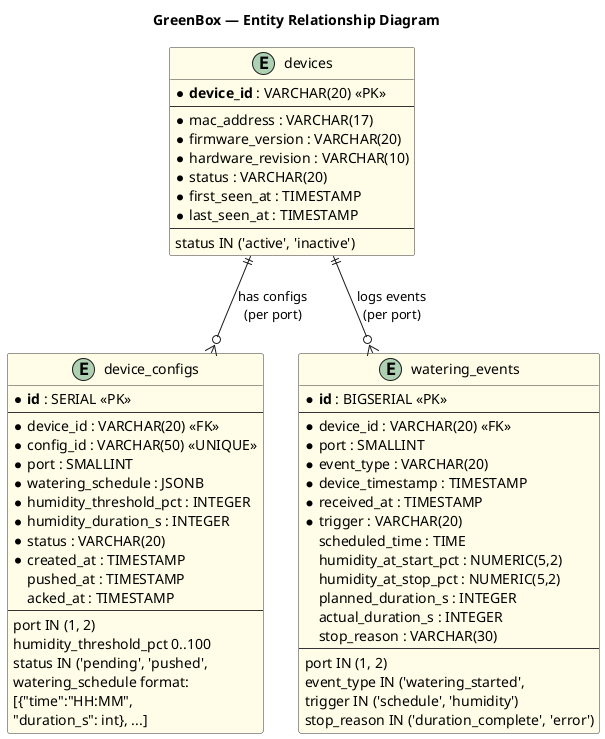
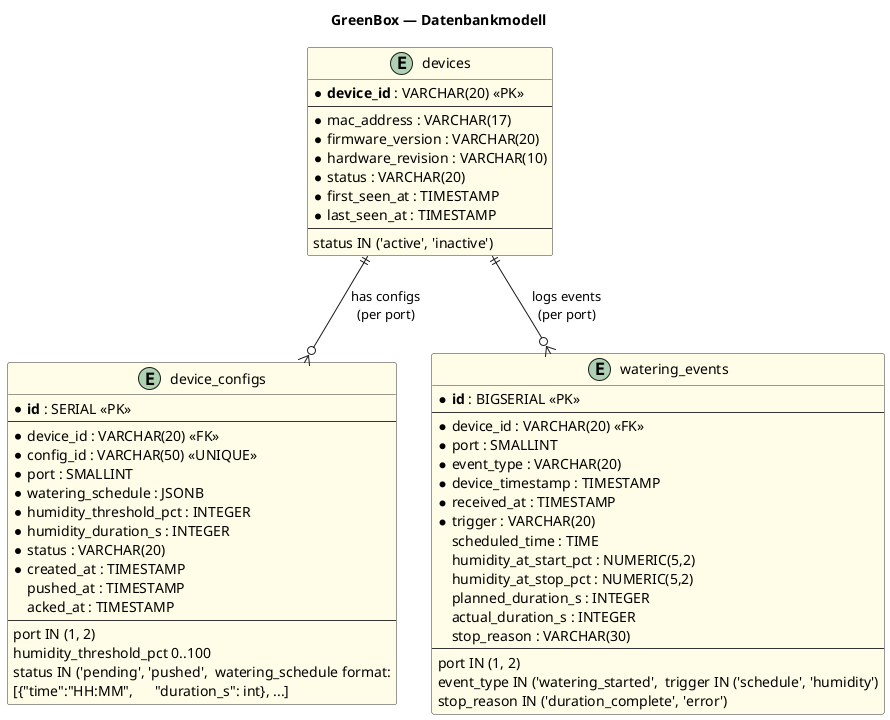
@startuml

- title GreenBox — Entity Relationship Diagram
+ title GreenBox — Datenbankmodell

skinparam class {
  BackgroundColor #FFFDE7
  BorderColor #333333
}

entity "devices" as devices {
  * **device_id** : VARCHAR(20) <<PK>>
  --
  * mac_address : VARCHAR(17)
  * firmware_version : VARCHAR(20)
  * hardware_revision : VARCHAR(10)
  * status : VARCHAR(20)
  * first_seen_at : TIMESTAMP
  * last_seen_at : TIMESTAMP
  --
  status IN ('active', 'inactive')
}

entity "device_configs" as configs {
  * **id** : SERIAL <<PK>>
  --
  * device_id : VARCHAR(20) <<FK>>
  * config_id : VARCHAR(50) <<UNIQUE>>
  * port : SMALLINT
  * watering_schedule : JSONB
  * humidity_threshold_pct : INTEGER
  * humidity_duration_s : INTEGER
  * status : VARCHAR(20)
  * created_at : TIMESTAMP
  pushed_at : TIMESTAMP
  acked_at : TIMESTAMP
  --
  port IN (1, 2)
  humidity_threshold_pct 0..100
-   status IN ('pending', 'pushed',
+   status IN ('pending', 'pushed',\
    'applied', 'rejected')
  watering_schedule format:
-     [{"time":"HH:MM",
+     [{"time":"HH:MM",\
      "duration_s": int}, ...]
}

entity "watering_events" as watering {
  * **id** : BIGSERIAL <<PK>>
  --
  * device_id : VARCHAR(20) <<FK>>
  * port : SMALLINT
  * event_type : VARCHAR(20)
  * device_timestamp : TIMESTAMP
  * received_at : TIMESTAMP
  * trigger : VARCHAR(20)
  scheduled_time : TIME
  humidity_at_start_pct : NUMERIC(5,2)
  humidity_at_stop_pct : NUMERIC(5,2)
  planned_duration_s : INTEGER
  actual_duration_s : INTEGER
  stop_reason : VARCHAR(30)
  --
  port IN (1, 2)
-   event_type IN ('watering_started',
+   event_type IN ('watering_started',\
    'watering_stopped')
  trigger IN ('schedule', 'humidity')
  stop_reason IN ('duration_complete', 'error')
}

devices ||--o{ configs : "has configs\n(per port)"
devices ||--o{ watering : "logs events\n(per port)"

@enduml
